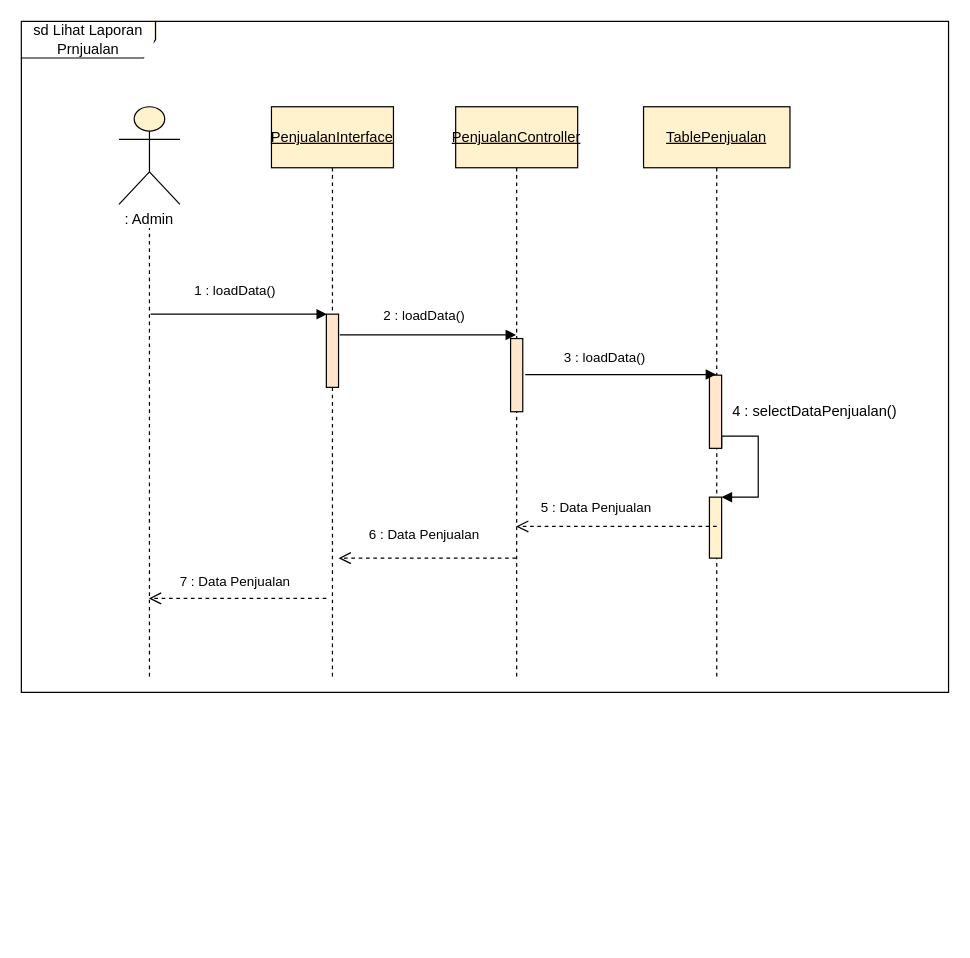
The draw.io diagram page "Seq. D. Lihat Laporan Penjualan" (4 of 14) of Revisi 2/diagram/diagram sq pemesanan.drawio in Maratussholikha11/TUGAS-AKHIR-MAR2, before the edit. Source tidied: cells renumbered, new cells numbered last; positions are measured from the earlier drawing's top-left corner, leaving out a move shared by most shapes. Both pictures are drawn from the tidied source at 122%, with x=0, y=0 at pixel (21, 21).
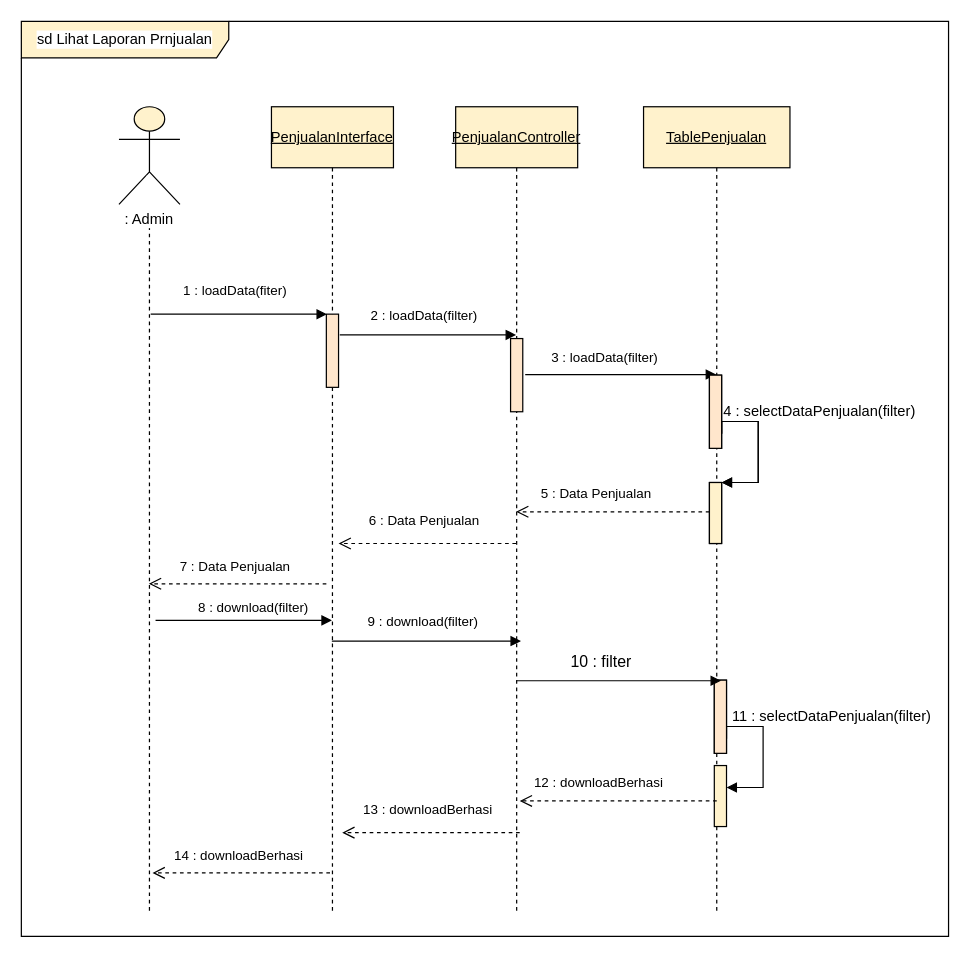
After the change.

Diff of the diagram source:
```diff
@@
     <mxCell id="2" value="&lt;span style=&quot;background-color: rgb(255, 255, 255);&quot;&gt;&lt;br&gt;&amp;nbsp;&lt;br&gt;&amp;nbsp;&lt;br&gt;: Admin&lt;/span&gt;" style="shape=umlLifeline;participant=umlActor;perimeter=lifelinePerimeter;whiteSpace=wrap;html=1;verticalAlign=top;spacingTop=36;strokeColor=#000000;size=80;fillColor=#fff2cc;" parent="1" vertex="1">
-      <mxGeometry x="80" y="70" width="50" height="470" as="geometry" />
+      <mxGeometry x="80" y="70" width="50" height="660" as="geometry" />
     </mxCell>
-    <mxCell id="3" value="1 : loadData()" style="html=1;verticalAlign=bottom;endArrow=block;rounded=0;" parent="2" edge="1">
+    <mxCell id="3" value="1 : loadData(fiter)" style="html=1;verticalAlign=bottom;endArrow=block;rounded=0;" parent="2" edge="1">
       <mxGeometry x="-0.05" y="10" relative="1" as="geometry">
         <mxPoint x="26" y="170" as="sourcePoint" />
         <mxPoint x="170.5" y="170" as="targetPoint" />
       </mxGeometry>
     </mxCell>
     <mxCell id="4" value="&lt;u&gt;PenjualanInterface&lt;/u&gt;" style="shape=umlLifeline;perimeter=lifelinePerimeter;whiteSpace=wrap;html=1;outlineConnect=0;strokeColor=#000000;size=50;fillColor=#fff2cc;" parent="1" vertex="1">
-      <mxGeometry x="205" y="70" width="100" height="470" as="geometry" />
+      <mxGeometry x="205" y="70" width="100" height="660" as="geometry" />
     </mxCell>
@@
-    <mxCell id="6" value="6 : Data Penjualan" style="html=1;verticalAlign=bottom;endArrow=open;dashed=1;endSize=8;rounded=0;" parent="4" edge="1" source="7">
+    <mxCell id="6" value="6 : Data Penjualan" style="html=1;verticalAlign=bottom;endArrow=open;dashed=1;endSize=8;rounded=0;" parent="4" edge="1">
       <mxGeometry x="0.04" y="-10" relative="1" as="geometry">
-        <mxPoint x="55" y="370" as="targetPoint" />
+        <mxPoint x="200.5" y="358" as="sourcePoint" />
+        <mxPoint x="55" y="358" as="targetPoint" />
       </mxGeometry>
     </mxCell>
     <mxCell id="7" value="&lt;u style=&quot;&quot;&gt;PenjualanController&lt;/u&gt;" style="shape=umlLifeline;perimeter=lifelinePerimeter;whiteSpace=wrap;html=1;outlineConnect=0;strokeColor=#000000;size=50;fillColor=#fff2cc;" parent="1" vertex="1">
-      <mxGeometry x="356" y="70" width="100" height="470" as="geometry" />
+      <mxGeometry x="356" y="70" width="100" height="660" as="geometry" />
     </mxCell>
@@
     <mxCell id="9" value="&lt;u style=&quot;&quot;&gt;TablePenjualan&lt;/u&gt;" style="shape=umlLifeline;perimeter=lifelinePerimeter;whiteSpace=wrap;html=1;outlineConnect=0;strokeColor=#000000;size=50;fillColor=#fff2cc;" parent="1" vertex="1">
-      <mxGeometry x="510" y="70" width="120" height="470" as="geometry" />
+      <mxGeometry x="510" y="70" width="120" height="660" as="geometry" />
     </mxCell>
@@
     <mxCell id="11" style="html=1;points=[];perimeter=orthogonalPerimeter;fillColor=#fff2cc;strokeColor=#000000;" parent="9" vertex="1">
-      <mxGeometry x="54" y="320" width="10" height="50" as="geometry" />
+      <mxGeometry x="54" y="308" width="10" height="50" as="geometry" />
     </mxCell>
     <mxCell id="12" style="edgeStyle=orthogonalEdgeStyle;html=1;align=left;spacingLeft=2;endArrow=block;rounded=0;entryX=1;entryY=0;" parent="9" edge="1" target="11">
       <mxGeometry relative="1" as="geometry">
-        <mxPoint x="64" y="280" as="sourcePoint" />
+        <mxPoint x="64" y="268" as="sourcePoint" />
         <Array as="points">
-          <mxPoint x="64" y="270" />
-          <mxPoint x="94" y="270" />
-          <mxPoint x="94" y="320" />
+          <mxPoint x="64" y="258" />
+          <mxPoint x="94" y="258" />
+          <mxPoint x="94" y="308" />
         </Array>
       </mxGeometry>
     </mxCell>
+    <mxCell id="20" style="html=1;perimeter=orthogonalPerimeter;labelBackgroundColor=#FFFFFF;strokeColor=#000000;fillColor=#ffe6cc;" parent="9" vertex="1">
+      <mxGeometry x="58" y="470" width="10" height="60" as="geometry" />
+    </mxCell>
+    <mxCell id="21" style="edgeStyle=orthogonalEdgeStyle;html=1;align=left;spacingLeft=2;endArrow=block;rounded=0;entryX=1;entryY=0;" parent="9" edge="1">
+      <mxGeometry relative="1" as="geometry">
+        <mxPoint x="68" y="518" as="sourcePoint" />
+        <mxPoint x="68" y="558" as="targetPoint" />
+        <Array as="points">
+          <mxPoint x="68" y="508" />
+          <mxPoint x="98" y="508" />
+          <mxPoint x="98" y="558" />
+        </Array>
+      </mxGeometry>
+    </mxCell>
+    <mxCell id="22" style="html=1;perimeter=orthogonalPerimeter;labelBackgroundColor=#FFFFFF;strokeColor=#000000;fillColor=#ffe6cc;" parent="9" vertex="1">
+      <mxGeometry x="58" y="470" width="10" height="60" as="geometry" />
+    </mxCell>
+    <mxCell id="23" style="html=1;perimeter=orthogonalPerimeter;fillColor=#fff2cc;strokeColor=#000000;" parent="9" vertex="1">
+      <mxGeometry x="58" y="540" width="10" height="50" as="geometry" />
+    </mxCell>
-    <mxCell id="13" value="5 : Data Penjualan" style="html=1;verticalAlign=bottom;endArrow=open;dashed=1;endSize=8;rounded=0;" parent="1" edge="1" target="7">
+    <mxCell id="13" value="5 : Data Penjualan" style="html=1;verticalAlign=bottom;endArrow=open;dashed=1;endSize=8;rounded=0;" parent="1" edge="1">
       <mxGeometry x="0.21" y="-6" relative="1" as="geometry">
-        <mxPoint x="570" y="414" as="sourcePoint" />
+        <mxPoint x="570" y="402" as="sourcePoint" />
+        <mxPoint x="405.5" y="402" as="targetPoint" />
         <mxPoint x="1" as="offset" />
       </mxGeometry>
     </mxCell>
@@
     <mxCell id="15" value="7 : Data Penjualan" style="html=1;verticalAlign=bottom;endArrow=open;dashed=1;endSize=8;rounded=0;" parent="1" edge="1">
       <mxGeometry x="0.03" y="-5" relative="1" as="geometry">
-        <mxPoint x="250" y="473" as="sourcePoint" />
-        <mxPoint x="104.5" y="473" as="targetPoint" />
+        <mxPoint x="250" y="461" as="sourcePoint" />
+        <mxPoint x="104.5" y="461" as="targetPoint" />
         <Array as="points">
-          <mxPoint x="170" y="473" />
+          <mxPoint x="170" y="461" />
         </Array>
       </mxGeometry>
     </mxCell>
-    <mxCell id="16" value="2 : loadData()" style="html=1;verticalAlign=bottom;endArrow=block;rounded=0;" parent="1" edge="1">
+    <mxCell id="16" value="2 : loadData(filter)" style="html=1;verticalAlign=bottom;endArrow=block;rounded=0;" parent="1" edge="1">
       <mxGeometry x="-0.04" y="7" relative="1" as="geometry">
         <mxPoint x="261" y="257" as="sourcePoint" />
         <mxPoint x="405.5" y="257" as="targetPoint" />
       </mxGeometry>
     </mxCell>
-    <mxCell id="17" value="3 : loadData()" style="html=1;verticalAlign=bottom;endArrow=block;rounded=0;" parent="1" edge="1" target="9">
+    <mxCell id="17" value="3 : loadData(filter)" style="html=1;verticalAlign=bottom;endArrow=block;rounded=0;" parent="1" edge="1" target="9">
       <mxGeometry x="-0.17" y="5" relative="1" as="geometry">
         <mxPoint x="413" y="289.5" as="sourcePoint" />
       </mxGeometry>
     </mxCell>
-    <mxCell id="18" value="4 : selectDataPenjualan()" style="text;html=1;align=center;verticalAlign=middle;strokeColor=none;fillColor=none;" parent="1" vertex="1">
-      <mxGeometry x="570" y="305" width="160" height="30" as="geometry" />
+    <mxCell id="18" value="4 : selectDataPenjualan(filter)" style="text;html=1;align=center;verticalAlign=middle;strokeColor=none;fillColor=none;" parent="1" vertex="1">
+      <mxGeometry x="564" y="305" width="180" height="30" as="geometry" />
     </mxCell>
-    <mxCell id="19" value="sd Lihat Laporan Prnjualan" style="shape=umlFrame;whiteSpace=wrap;html=1;labelBackgroundColor=#FFFFFF;strokeColor=#000000;fillColor=#fff2cc;width=110;height=30;" parent="1" vertex="1">
-      <mxGeometry width="760" height="550" as="geometry" />
+    <mxCell id="19" value="sd Lihat Laporan Prnjualan" style="shape=umlFrame;whiteSpace=wrap;html=1;labelBackgroundColor=#FFFFFF;strokeColor=#000000;fillColor=#fff2cc;width=170;height=30;" parent="1" vertex="1">
+      <mxGeometry width="760" height="750" as="geometry" />
     </mxCell>
+    <mxCell id="24" value="8 : download(filter)" style="html=1;verticalAlign=bottom;endArrow=block;rounded=0;" parent="1" edge="1">
+      <mxGeometry x="0.11" y="1" relative="1" as="geometry">
+        <mxPoint x="110" y="491" as="sourcePoint" />
+        <mxPoint x="254.5" y="491" as="targetPoint" />
+      </mxGeometry>
+    </mxCell>
+    <mxCell id="25" value="9 : download(filter)" style="html=1;verticalAlign=bottom;endArrow=block;rounded=0;" parent="1" edge="1" source="4">
+      <mxGeometry x="-0.04" y="7" relative="1" as="geometry">
+        <mxPoint x="409.5" y="508" as="targetPoint" />
+      </mxGeometry>
+    </mxCell>
+    <mxCell id="26" style="html=1;verticalAlign=bottom;endArrow=block;rounded=0;" parent="1" edge="1" source="7">
+      <mxGeometry x="-0.17" y="5" relative="1" as="geometry">
+        <mxPoint x="573.5" y="540.5" as="targetPoint" />
+      </mxGeometry>
+    </mxCell>
+    <mxCell id="27" style="html=1;perimeter=orthogonalPerimeter;labelBackgroundColor=#FFFFFF;strokeColor=#000000;fillColor=#ffe6cc;" parent="1" vertex="1">
+      <mxGeometry x="564" y="290" width="10" height="60" as="geometry" />
+    </mxCell>
+    <mxCell id="28" style="html=1;points=[];perimeter=orthogonalPerimeter;fillColor=#fff2cc;strokeColor=#000000;" parent="1" vertex="1">
+      <mxGeometry x="564" y="378" width="10" height="50" as="geometry" />
+    </mxCell>
+    <mxCell id="29" style="edgeStyle=orthogonalEdgeStyle;html=1;align=left;spacingLeft=2;endArrow=block;rounded=0;entryX=1;entryY=0;" parent="1" edge="1" target="28">
+      <mxGeometry relative="1" as="geometry">
+        <mxPoint x="574" y="338" as="sourcePoint" />
+        <Array as="points">
+          <mxPoint x="574" y="328" />
+          <mxPoint x="604" y="328" />
+          <mxPoint x="604" y="378" />
+        </Array>
+      </mxGeometry>
+    </mxCell>
+    <mxCell id="30" value="11 : selectDataPenjualan(filter)" style="text;html=1;align=center;verticalAlign=middle;strokeColor=none;fillColor=none;" parent="1" vertex="1">
+      <mxGeometry x="569" y="555" width="190" height="30" as="geometry" />
+    </mxCell>
+    <mxCell id="31" value="13 : downloadBerhasi" style="html=1;verticalAlign=bottom;endArrow=open;dashed=1;endSize=8;rounded=0;" parent="1" edge="1">
+      <mxGeometry x="0.04" y="-10" relative="1" as="geometry">
+        <mxPoint x="408.5" y="665" as="sourcePoint" />
+        <mxPoint x="263" y="665" as="targetPoint" />
+      </mxGeometry>
+    </mxCell>
+    <mxCell id="32" value="12 : downloadBerhasi" style="html=1;verticalAlign=bottom;endArrow=open;dashed=1;endSize=8;rounded=0;" parent="1" edge="1">
+      <mxGeometry x="0.21" y="-6" relative="1" as="geometry">
+        <mxPoint x="570" y="639" as="sourcePoint" />
+        <mxPoint x="408.5" y="639" as="targetPoint" />
+        <mxPoint x="1" as="offset" />
+      </mxGeometry>
+    </mxCell>
+    <mxCell id="33" value="14 : downloadBerhasi" style="html=1;verticalAlign=bottom;endArrow=open;dashed=1;endSize=8;rounded=0;" parent="1" edge="1">
+      <mxGeometry x="0.03" y="-5" relative="1" as="geometry">
+        <mxPoint x="253" y="698" as="sourcePoint" />
+        <mxPoint x="107.5" y="698" as="targetPoint" />
+        <Array as="points">
+          <mxPoint x="173" y="698" />
+        </Array>
+      </mxGeometry>
+    </mxCell>
+    <mxCell id="34" value="10 : filter" style="text;html=1;align=center;verticalAlign=middle;strokeColor=none;fillColor=none;fontSize=13;" parent="1" vertex="1">
+      <mxGeometry x="440" y="510" width="70" height="30" as="geometry" />
+    </mxCell>
```
